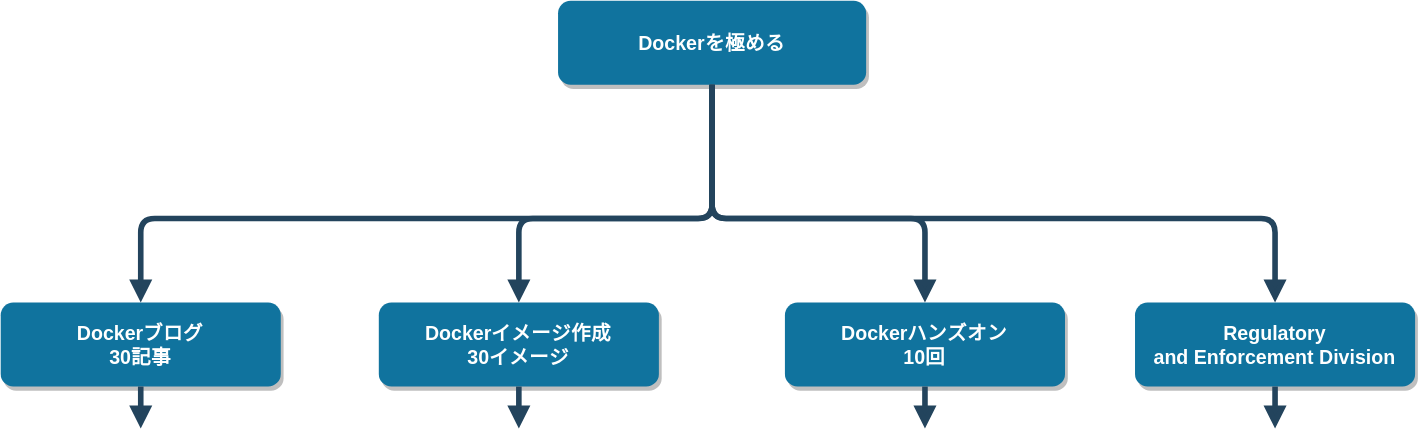
Earlier version of the draw.io export 人生設計.drawio.svg (minegishirei/draw_v1). Source tidied: cells renumbered, new cells last; positions are measured from the earlier drawing's top-left corner, leaving out a move shared by most shapes. Source of this version:
```xml
<mxGraphModel>
  <root>
    <mxCell id="0" />
    <mxCell id="1" parent="0" />
    <mxCell id="2" value="Dockerを極める" style="rounded=1;fillColor=#10739E;strokeColor=none;shadow=1;gradientColor=none;fontStyle=1;fontColor=#FFFFFF;fontSize=14;" parent="1" vertex="1">
      <mxGeometry x="398" width="220" height="60" as="geometry" />
    </mxCell>
    <mxCell id="3" value="Dockerブログ&#10;30記事" style="rounded=1;fillColor=#10739E;strokeColor=none;shadow=1;gradientColor=none;fontStyle=1;fontColor=#FFFFFF;fontSize=14;" parent="1" vertex="1">
      <mxGeometry y="215.5" width="200" height="60" as="geometry" />
    </mxCell>
    <mxCell id="4" value="Dockerイメージ作成&#10;30イメージ" style="rounded=1;fillColor=#10739E;strokeColor=none;shadow=1;gradientColor=none;fontStyle=1;fontColor=#FFFFFF;fontSize=14;" parent="1" vertex="1">
      <mxGeometry x="270" y="215.5" width="200" height="60" as="geometry" />
    </mxCell>
    <mxCell id="5" value="Dockerハンズオン&#10;10回" style="rounded=1;fillColor=#10739E;strokeColor=none;shadow=1;gradientColor=none;fontStyle=1;fontColor=#FFFFFF;fontSize=14;" parent="1" vertex="1">
      <mxGeometry x="560" y="215.5" width="200" height="60" as="geometry" />
    </mxCell>
    <mxCell id="6" value="Regulatory &#10;and Enforcement Division" style="rounded=1;fillColor=#10739E;strokeColor=none;shadow=1;gradientColor=none;fontStyle=1;fontColor=#FFFFFF;fontSize=14;" parent="1" vertex="1">
      <mxGeometry x="810" y="215.5" width="200" height="60" as="geometry" />
    </mxCell>
    <mxCell id="7" style="edgeStyle=elbowEdgeStyle;elbow=vertical;strokeWidth=4;endArrow=block;endFill=1;fontStyle=1;strokeColor=#23445D;" parent="1" edge="1" source="2" target="3">
      <mxGeometry x="22" y="165.5" as="geometry">
        <Array as="points">
          <mxPoint x="270" y="155.5" />
        </Array>
      </mxGeometry>
    </mxCell>
    <mxCell id="8" style="edgeStyle=elbowEdgeStyle;elbow=vertical;strokeWidth=4;endArrow=block;endFill=1;fontStyle=1;strokeColor=#23445D;" parent="1" edge="1" source="2" target="6">
      <mxGeometry x="22" y="165.5" as="geometry">
        <Array as="points">
          <mxPoint x="690" y="155.5" />
        </Array>
      </mxGeometry>
    </mxCell>
    <mxCell id="9" style="edgeStyle=elbowEdgeStyle;elbow=vertical;strokeWidth=4;endArrow=block;endFill=1;fontStyle=1;strokeColor=#23445D;" parent="1" edge="1" source="3">
      <mxGeometry x="62" y="165.5" as="geometry">
        <mxPoint x="100" y="305.5" as="targetPoint" />
      </mxGeometry>
    </mxCell>
    <mxCell id="10" style="edgeStyle=elbowEdgeStyle;elbow=vertical;strokeWidth=4;endArrow=block;endFill=1;fontStyle=1;strokeColor=#23445D;" parent="1" edge="1" source="4">
      <mxGeometry x="62" y="165.5" as="geometry">
        <mxPoint x="370" y="305.5" as="targetPoint" />
      </mxGeometry>
    </mxCell>
    <mxCell id="11" style="edgeStyle=elbowEdgeStyle;elbow=vertical;strokeWidth=4;endArrow=block;endFill=1;fontStyle=1;strokeColor=#23445D;" parent="1" edge="1" source="5">
      <mxGeometry x="72" y="165.5" as="geometry">
        <mxPoint x="660" y="305.5" as="targetPoint" />
      </mxGeometry>
    </mxCell>
    <mxCell id="12" style="edgeStyle=elbowEdgeStyle;elbow=vertical;strokeWidth=4;endArrow=block;endFill=1;fontStyle=1;strokeColor=#23445D;" parent="1" edge="1" source="6">
      <mxGeometry x="72" y="165.5" as="geometry">
        <mxPoint x="910" y="305.5" as="targetPoint" />
      </mxGeometry>
    </mxCell>
    <mxCell id="13" style="edgeStyle=elbowEdgeStyle;elbow=vertical;strokeWidth=4;endArrow=block;endFill=1;fontStyle=1;strokeColor=#23445D;" parent="1" edge="1" source="2" target="4">
      <mxGeometry x="22" y="165.5" as="geometry">
        <Array as="points">
          <mxPoint x="370" y="155.5" />
        </Array>
      </mxGeometry>
    </mxCell>
    <mxCell id="14" style="edgeStyle=elbowEdgeStyle;elbow=vertical;strokeWidth=4;endArrow=block;endFill=1;fontStyle=1;strokeColor=#23445D;" parent="1" edge="1" source="2" target="5">
      <mxGeometry x="22" y="165.5" as="geometry">
        <Array as="points">
          <mxPoint x="660" y="155.5" />
        </Array>
      </mxGeometry>
    </mxCell>
  </root>
</mxGraphModel>
```
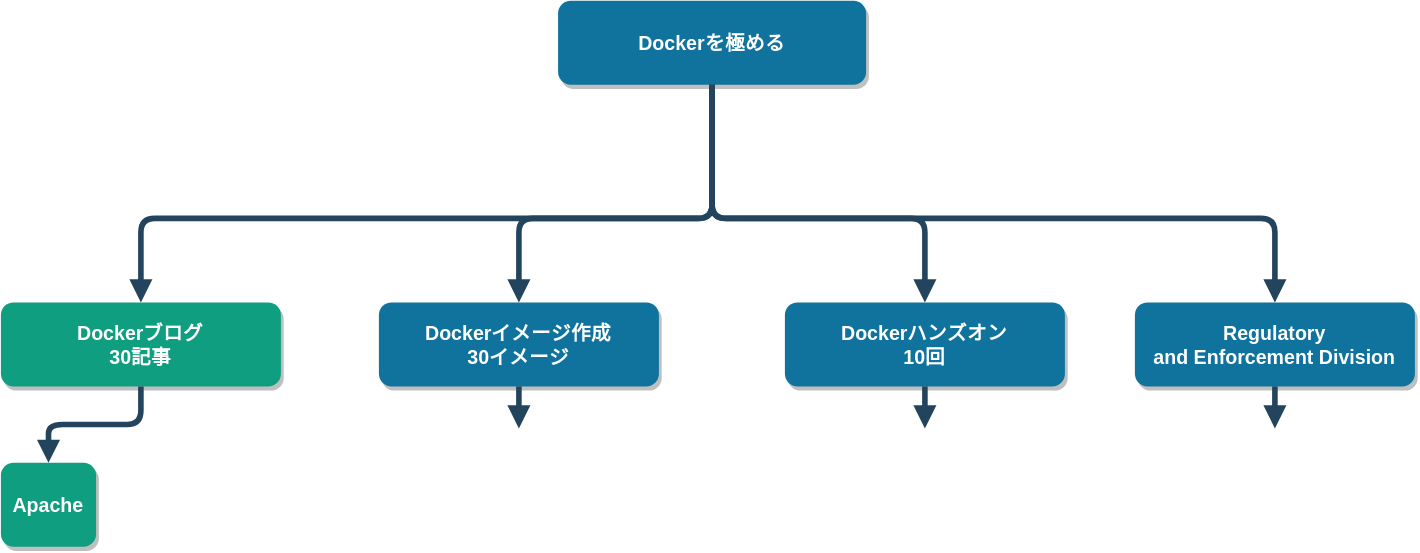
After the change.

Commit message:
人生設計.drawio.svg を追加しました。

Change to the diagram source:
```diff
@@ -5,7 +5,7 @@
     <mxCell id="2" value="Dockerを極める" style="rounded=1;fillColor=#10739E;strokeColor=none;shadow=1;gradientColor=none;fontStyle=1;fontColor=#FFFFFF;fontSize=14;" parent="1" vertex="1">
       <mxGeometry x="398" width="220" height="60" as="geometry" />
     </mxCell>
-    <mxCell id="3" value="Dockerブログ&#10;30記事" style="rounded=1;fillColor=#10739E;strokeColor=none;shadow=1;gradientColor=none;fontStyle=1;fontColor=#FFFFFF;fontSize=14;" parent="1" vertex="1">
+    <mxCell id="3" value="Dockerブログ&#10;30記事" style="rounded=1;fillColor=#109e81;strokeColor=none;shadow=1;gradientColor=none;fontStyle=1;fontColor=#FFFFFF;fontSize=14;" parent="1" vertex="1">
       <mxGeometry y="215.5" width="200" height="60" as="geometry" />
     </mxCell>
     <mxCell id="4" value="Dockerイメージ作成&#10;30イメージ" style="rounded=1;fillColor=#10739E;strokeColor=none;shadow=1;gradientColor=none;fontStyle=1;fontColor=#FFFFFF;fontSize=14;" parent="1" vertex="1">
@@ -31,11 +31,6 @@
         </Array>
       </mxGeometry>
     </mxCell>
-    <mxCell id="9" style="edgeStyle=elbowEdgeStyle;elbow=vertical;strokeWidth=4;endArrow=block;endFill=1;fontStyle=1;strokeColor=#23445D;" parent="1" edge="1" source="3">
-      <mxGeometry x="62" y="165.5" as="geometry">
-        <mxPoint x="100" y="305.5" as="targetPoint" />
-      </mxGeometry>
-    </mxCell>
     <mxCell id="10" style="edgeStyle=elbowEdgeStyle;elbow=vertical;strokeWidth=4;endArrow=block;endFill=1;fontStyle=1;strokeColor=#23445D;" parent="1" edge="1" source="4">
       <mxGeometry x="62" y="165.5" as="geometry">
         <mxPoint x="370" y="305.5" as="targetPoint" />
@@ -65,5 +60,11 @@
         </Array>
       </mxGeometry>
     </mxCell>
+    <mxCell id="15" value="Apache" style="rounded=1;fillColor=#109e81;strokeColor=none;shadow=1;gradientColor=none;fontStyle=1;fontColor=#FFFFFF;fontSize=14;" parent="1" vertex="1">
+      <mxGeometry y="330" width="68" height="60" as="geometry" />
+    </mxCell>
+    <mxCell id="16" style="edgeStyle=elbowEdgeStyle;elbow=vertical;strokeWidth=4;endArrow=block;endFill=1;fontStyle=1;strokeColor=#23445D;exitX=0.5;exitY=1;exitDx=0;exitDy=0;entryX=0.5;entryY=0;entryDx=0;entryDy=0;" parent="1" edge="1" source="3" target="15">
+      <mxGeometry x="72" y="175.5" as="geometry" />
+    </mxCell>
   </root>
 </mxGraphModel>
```
